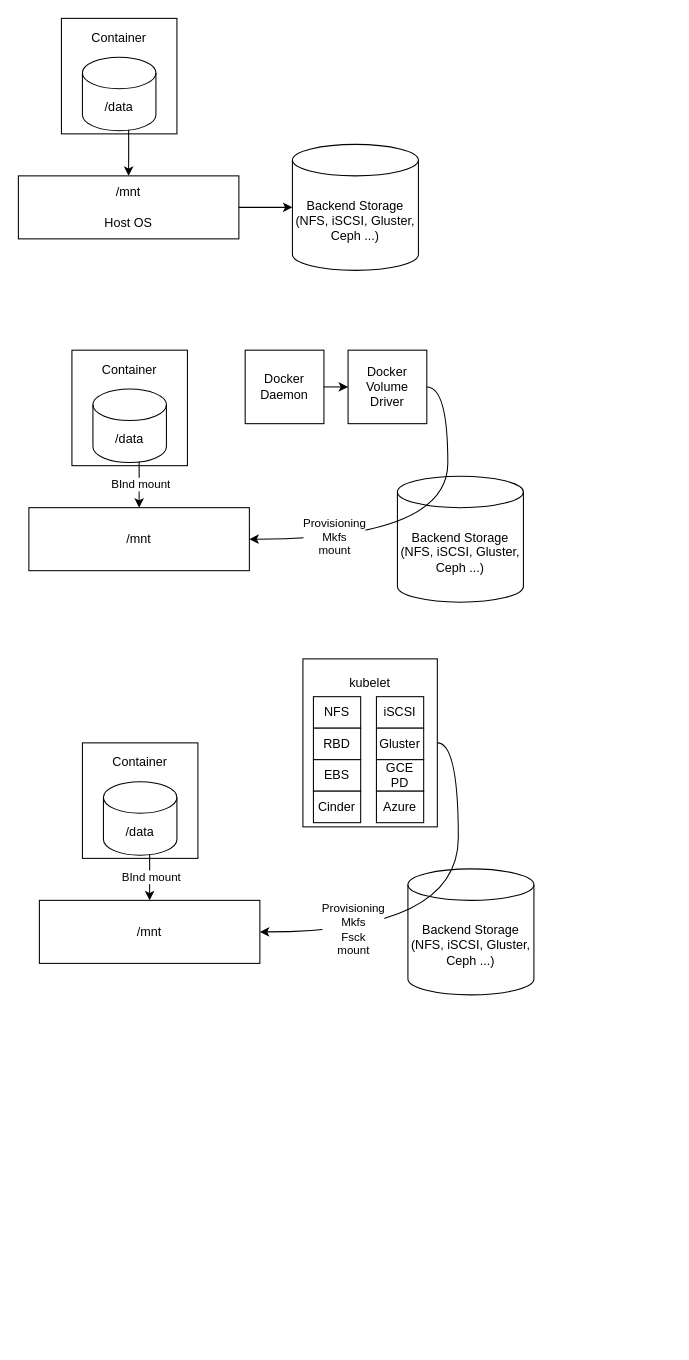
Before: qemu-tcmu.drawio in rickywoo/dadi.github.io, a draw.io diagram. Source tidied: cells renumbered, new cells numbered last; positions are measured from the earlier drawing's top-left corner, leaving out a move shared by most shapes. Both pictures are drawn from the tidied source at 105%, with x=0, y=0 at pixel (18, 18).
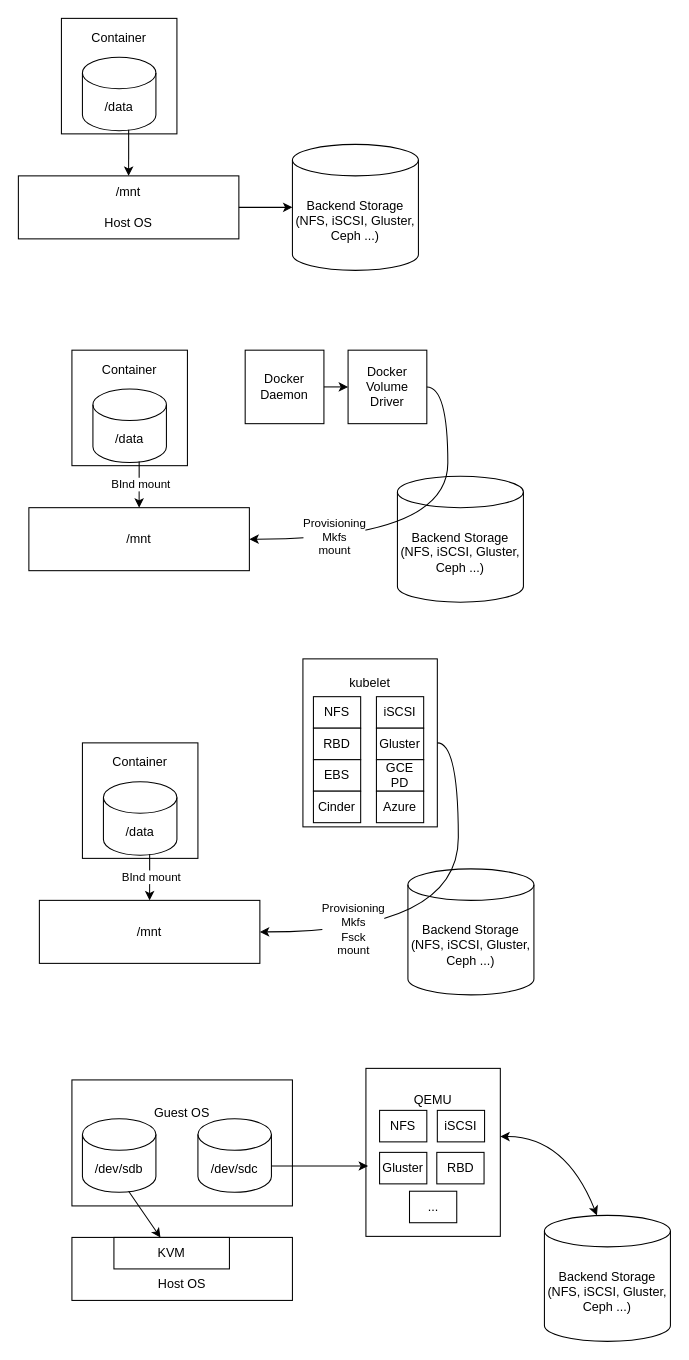
The same page after the edit.

Diff of the diagram source:
```diff
@@
+    <mxCell id="36" value="Guest OS&lt;br&gt;&lt;br&gt;&lt;br&gt;&lt;br&gt;&lt;br&gt;" style="rounded=0;whiteSpace=wrap;html=1;" parent="1" vertex="1">
+      <mxGeometry x="51" y="1011" width="210" height="120" as="geometry" />
+    </mxCell>
@@
+    <mxCell id="37" value="/dev/sdb" style="shape=cylinder3;whiteSpace=wrap;html=1;boundedLbl=1;backgroundOutline=1;size=15;" parent="1" vertex="1">
+      <mxGeometry x="61" y="1048" width="70" height="70" as="geometry" />
+    </mxCell>
+    <mxCell id="38" value="&lt;br&gt;&lt;br&gt;Host OS" style="rounded=0;whiteSpace=wrap;html=1;" parent="1" vertex="1">
+      <mxGeometry x="51" y="1161" width="210" height="60" as="geometry" />
+    </mxCell>
+    <mxCell id="39" value="Backend Storage&lt;br&gt;(NFS, iSCSI, Gluster, Ceph ...)" style="shape=cylinder3;whiteSpace=wrap;html=1;boundedLbl=1;backgroundOutline=1;size=15;" parent="1" vertex="1">
+      <mxGeometry x="501" y="1140" width="120" height="120" as="geometry" />
+    </mxCell>
+    <mxCell id="40" style="endArrow=classic;html=1;rounded=0;exitX=0.629;exitY=0.986;exitDx=0;exitDy=0;exitPerimeter=0;" parent="1" edge="1" source="37" target="38">
+      <mxGeometry relative="1" as="geometry" />
+    </mxCell>
+    <mxCell id="41" value="KVM" style="rounded=0;whiteSpace=wrap;html=1;" parent="1" vertex="1">
+      <mxGeometry x="91" y="1161" width="110" height="30" as="geometry" />
+    </mxCell>
+    <mxCell id="42" value="/dev/sdc" style="shape=cylinder3;whiteSpace=wrap;html=1;boundedLbl=1;backgroundOutline=1;size=15;" parent="1" vertex="1">
+      <mxGeometry x="171" y="1048" width="70" height="70" as="geometry" />
+    </mxCell>
+    <mxCell id="43" value="QEMU&lt;br&gt;&lt;br&gt;&lt;br&gt;&lt;br&gt;&lt;br&gt;&lt;br&gt;&lt;br&gt;&lt;br&gt;" style="rounded=0;whiteSpace=wrap;html=1;" parent="1" vertex="1">
+      <mxGeometry x="331" y="1000" width="128" height="160" as="geometry" />
+    </mxCell>
+    <mxCell id="44" value="NFS" style="rounded=0;whiteSpace=wrap;html=1;" parent="1" vertex="1">
+      <mxGeometry x="344" y="1040" width="45" height="30" as="geometry" />
+    </mxCell>
+    <mxCell id="45" value="iSCSI" style="rounded=0;whiteSpace=wrap;html=1;" parent="1" vertex="1">
+      <mxGeometry x="399" y="1040" width="45" height="30" as="geometry" />
+    </mxCell>
+    <mxCell id="46" value="Gluster" style="rounded=0;whiteSpace=wrap;html=1;" parent="1" vertex="1">
+      <mxGeometry x="344" y="1080" width="45" height="30" as="geometry" />
+    </mxCell>
+    <mxCell id="47" value="RBD" style="rounded=0;whiteSpace=wrap;html=1;" parent="1" vertex="1">
+      <mxGeometry x="398.5" y="1080" width="45" height="30" as="geometry" />
+    </mxCell>
+    <mxCell id="48" value="..." style="rounded=0;whiteSpace=wrap;html=1;" parent="1" vertex="1">
+      <mxGeometry x="372.5" y="1117" width="45" height="30" as="geometry" />
+    </mxCell>
+    <mxCell id="49" style="endArrow=classic;startArrow=classic;html=1;rounded=0;sketch=0;curved=1;entryX=0.417;entryY=0;entryDx=0;entryDy=0;entryPerimeter=0;exitX=1;exitY=0.406;exitDx=0;exitDy=0;exitPerimeter=0;" parent="1" edge="1" source="43" target="39">
+      <mxGeometry relative="1" as="geometry">
+        <Array as="points">
+          <mxPoint x="521" y="1065" />
+        </Array>
+      </mxGeometry>
+    </mxCell>
+    <mxCell id="50" style="endArrow=classic;html=1;rounded=0;sketch=0;curved=1;exitX=1;exitY=0;exitDx=0;exitDy=45;exitPerimeter=0;entryX=0.016;entryY=0.581;entryDx=0;entryDy=0;entryPerimeter=0;" parent="1" edge="1" source="42" target="43">
+      <mxGeometry relative="1" as="geometry" />
+    </mxCell>
```
